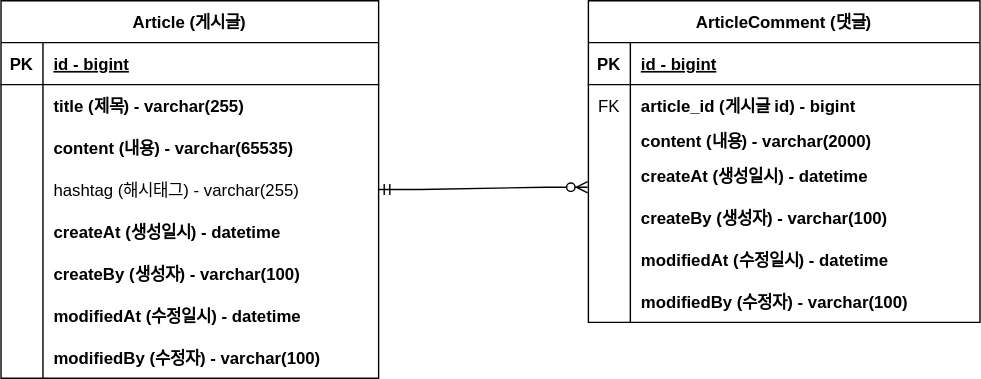
The draw.io diagram document/project-board-erd.svg in kuseulki/ex1, before a commit. Source tidied: cells renumbered, new cells last; positions are measured from the earlier drawing's top-left corner, leaving out a move shared by most shapes.
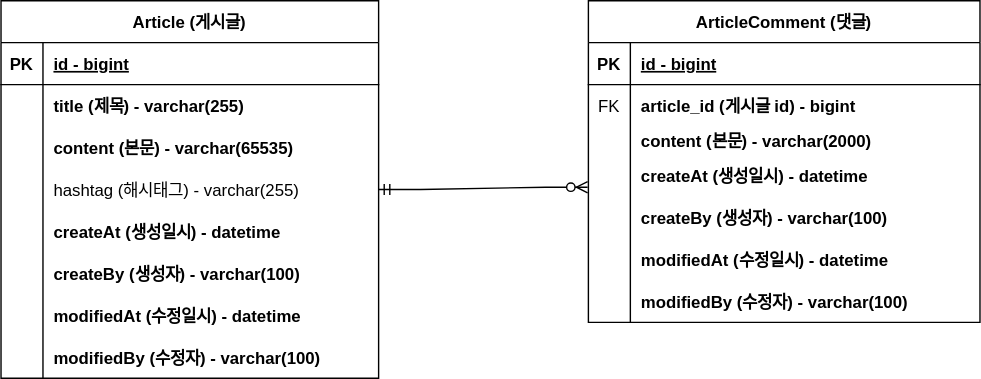
The same file after the commit.

Commit message:
#7 - ERD 주석 업데이트 : project-board-erd.svg

The edit, as a diff of the source:
```diff
@@ -29,7 +29,7 @@
     <mxCell id="10" style="shape=partialRectangle;overflow=hidden;fillColor=none;top=0;left=0;bottom=0;right=0;" parent="9" vertex="1">
       <mxGeometry width="30" height="30" as="geometry" />
     </mxCell>
-    <mxCell id="11" value="content (내용) - varchar(65535)" style="shape=partialRectangle;overflow=hidden;fillColor=none;top=0;left=0;bottom=0;right=0;align=left;spacingLeft=6;fontStyle=1;" parent="9" vertex="1">
+    <mxCell id="11" value="content (본문) - varchar(65535)" style="shape=partialRectangle;overflow=hidden;fillColor=none;top=0;left=0;bottom=0;right=0;align=left;spacingLeft=6;fontStyle=1;" parent="9" vertex="1">
       <mxGeometry x="30" width="240" height="30" as="geometry" />
     </mxCell>
     <mxCell id="12" style="shape=partialRectangle;fillColor=none;points=[[0,0.5],[1,0.5]];portConstraint=eastwest;top=0;left=0;right=0;bottom=0;" parent="2" vertex="1">
@@ -107,7 +107,7 @@
     <mxCell id="36" style="shape=partialRectangle;overflow=hidden;fillColor=none;top=0;left=0;bottom=0;right=0;" parent="35" vertex="1">
       <mxGeometry width="30" height="20" as="geometry" />
     </mxCell>
-    <mxCell id="37" value="content (내용) - varchar(2000)" style="shape=partialRectangle;overflow=hidden;fillColor=none;top=0;left=0;bottom=0;right=0;align=left;spacingLeft=6;fontStyle=1;" parent="35" vertex="1">
+    <mxCell id="37" value="content (본문) - varchar(2000)" style="shape=partialRectangle;overflow=hidden;fillColor=none;top=0;left=0;bottom=0;right=0;align=left;spacingLeft=6;fontStyle=1;" parent="35" vertex="1">
       <mxGeometry x="30" width="250" height="20" as="geometry" />
     </mxCell>
     <mxCell id="38" style="shape=partialRectangle;fillColor=none;points=[[0,0.5],[1,0.5]];portConstraint=eastwest;top=0;left=0;right=0;bottom=0;" parent="28" vertex="1">
```
